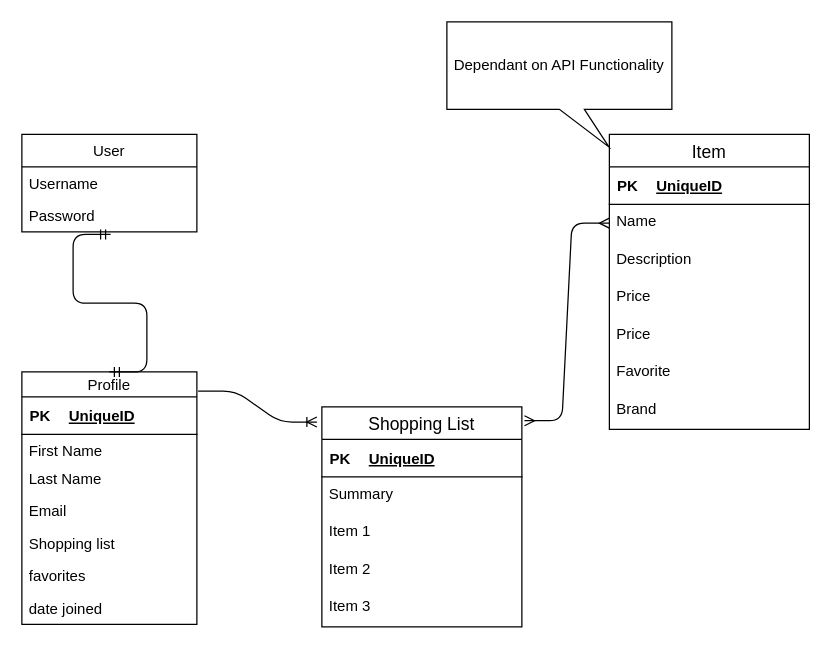
The draw.io diagram planning/shopanon.drawio in dev-slater/shopanon, before the edit. Source tidied: cells renumbered, new cells numbered last; positions are measured from the earlier drawing's top-left corner, leaving out a move shared by most shapes. Both pictures are drawn from the tidied source at 125%, with x=0, y=0 at pixel (21, 21).
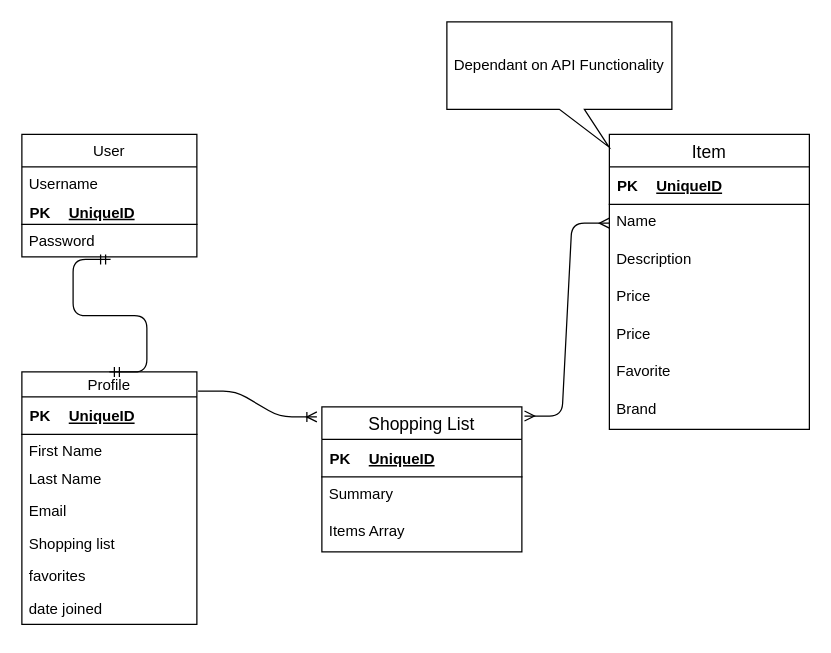
After the change.

Diff of the diagram source:
```diff
@@
     <mxCell id="2" value="User" style="swimlane;fontStyle=0;horizontal=1;startSize=26;" parent="1" vertex="1">
-      <mxGeometry y="90" width="140" height="78" as="geometry" />
+      <mxGeometry y="90" width="140" height="98" as="geometry" />
     </mxCell>
@@
+    <mxCell id="40" style="shape=table;startSize=0;childLayout=tableLayout;rowLines=0;fontStyle=0;align=center;strokeColor=none;fillColor=none;" parent="2" vertex="1">
+      <mxGeometry y="52" width="140" height="20" as="geometry" />
+    </mxCell>
+    <mxCell id="41" style="shape=partialRectangle;fillColor=none;top=0;left=0;bottom=1;right=0;" parent="40" vertex="1">
+      <mxGeometry width="140" height="20" as="geometry" />
+    </mxCell>
+    <mxCell id="42" value="PK" style="shape=partialRectangle;fillColor=none;top=0;left=0;bottom=0;right=0;fontStyle=1;overflow=hidden;" parent="41" vertex="1">
+      <mxGeometry width="30" height="20" as="geometry" />
+    </mxCell>
+    <mxCell id="43" value="UniqueID" style="shape=partialRectangle;fillColor=none;top=0;left=0;bottom=0;right=0;align=left;spacingLeft=6;fontStyle=5;overflow=hidden;" parent="41" vertex="1">
+      <mxGeometry x="30" width="110" height="20" as="geometry" />
+    </mxCell>
     <mxCell id="4" value="Password" style="text;strokeColor=none;fillColor=none;align=left;verticalAlign=top;spacingLeft=4;spacingRight=4;overflow=hidden;points=[[0,0.5],[1,0.5]];portConstraint=eastwest;" parent="2" vertex="1">
-      <mxGeometry y="52" width="140" height="26" as="geometry" />
+      <mxGeometry y="72" width="140" height="26" as="geometry" />
     </mxCell>
@@
     <mxCell id="17" value="Shopping List" style="swimlane;fontStyle=0;horizontal=1;startSize=26;align=center;fontSize=14;" parent="1" vertex="1">
-      <mxGeometry x="240" y="308" width="160" height="176" as="geometry" />
+      <mxGeometry x="240" y="308" width="160" height="116" as="geometry" />
     </mxCell>
@@
-    <mxCell id="23" value="Item 1" style="text;strokeColor=none;fillColor=none;spacingLeft=4;spacingRight=4;overflow=hidden;fontSize=12;" parent="17" vertex="1">
+    <mxCell id="23" value="Items Array" style="text;strokeColor=none;fillColor=none;spacingLeft=4;spacingRight=4;overflow=hidden;fontSize=12;" parent="17" vertex="1">
       <mxGeometry y="86" width="160" height="30" as="geometry" />
     </mxCell>
-    <mxCell id="24" value="Item 2" style="text;strokeColor=none;fillColor=none;spacingLeft=4;spacingRight=4;overflow=hidden;fontSize=12;" parent="17" vertex="1">
-      <mxGeometry y="116" width="160" height="30" as="geometry" />
-    </mxCell>
-    <mxCell id="25" value="Item 3" style="text;strokeColor=none;fillColor=none;spacingLeft=4;spacingRight=4;overflow=hidden;fontSize=12;" parent="17" vertex="1">
-      <mxGeometry y="146" width="160" height="30" as="geometry" />
-    </mxCell>
```
